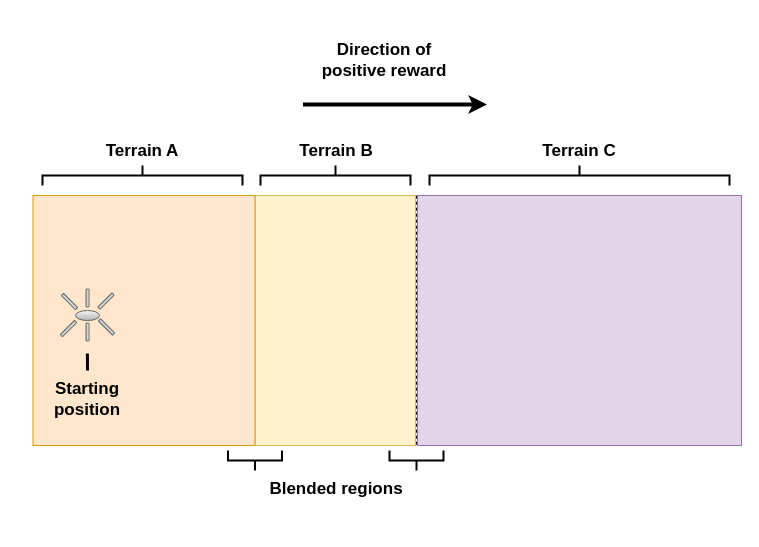
Earlier version of the draw.io diagram src/data/illustrations/terrain_joining.drawio (silverjoda/nexabots). Source tidied: cells renumbered, new cells numbered last; positions are measured from the earlier drawing's top-left corner, leaving out a move shared by most shapes. Both pictures are drawn from the tidied source at 100%, with x=0, y=0 at pixel (17, 25).
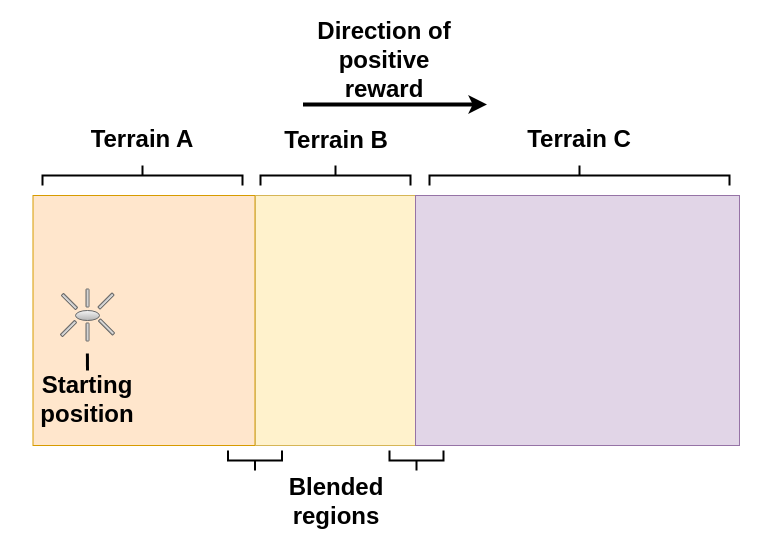
Above is the later version.

What changed in the source:
```diff
@@
     <mxCell id="8" style="rounded=0;whiteSpace=wrap;html=1;fillColor=#e1d5e7;strokeColor=#9673a6;" parent="1" vertex="1">
-      <mxGeometry x="400" y="170" width="324" height="250" as="geometry" />
+      <mxGeometry x="398" y="170" width="324" height="250" as="geometry" />
     </mxCell>
-    <mxCell id="9" value="&lt;span style=&quot;font-size: 17px&quot;&gt;&lt;b&gt;Blended regions&lt;/b&gt;&lt;/span&gt;" style="text;html=1;strokeColor=none;fillColor=none;align=center;verticalAlign=middle;whiteSpace=wrap;rounded=0;" parent="1" vertex="1">
-      <mxGeometry x="249" y="439.5" width="140" height="48" as="geometry" />
+    <mxCell id="9" value="&lt;b&gt;&lt;font style=&quot;font-size: 24px&quot;&gt;Blended regions&lt;/font&gt;&lt;/b&gt;" style="text;html=1;strokeColor=none;fillColor=none;align=center;verticalAlign=middle;whiteSpace=wrap;rounded=0;" parent="1" vertex="1">
+      <mxGeometry x="249" y="451.5" width="140" height="48" as="geometry" />
     </mxCell>
@@
-    <mxCell id="13" value="&lt;span style=&quot;font-size: 17px&quot;&gt;&lt;b&gt;Terrain A&lt;/b&gt;&lt;/span&gt;" style="text;html=1;strokeColor=none;fillColor=none;align=center;verticalAlign=middle;whiteSpace=wrap;rounded=0;" parent="1" vertex="1">
-      <mxGeometry x="55" y="102" width="140" height="48" as="geometry" />
+    <mxCell id="13" value="&lt;b&gt;&lt;font style=&quot;font-size: 24px&quot;&gt;Terrain A&lt;/font&gt;&lt;/b&gt;" style="text;html=1;strokeColor=none;fillColor=none;align=center;verticalAlign=middle;whiteSpace=wrap;rounded=0;" parent="1" vertex="1">
+      <mxGeometry x="55" y="90" width="140" height="48" as="geometry" />
     </mxCell>
-    <mxCell id="14" value="&lt;span style=&quot;font-size: 17px&quot;&gt;&lt;b&gt;Terrain B&lt;/b&gt;&lt;/span&gt;" style="text;html=1;strokeColor=none;fillColor=none;align=center;verticalAlign=middle;whiteSpace=wrap;rounded=0;" parent="1" vertex="1">
-      <mxGeometry x="249" y="102" width="140" height="48" as="geometry" />
+    <mxCell id="14" value="&lt;b&gt;&lt;font style=&quot;font-size: 24px&quot;&gt;Terrain B&lt;/font&gt;&lt;/b&gt;" style="text;html=1;strokeColor=none;fillColor=none;align=center;verticalAlign=middle;whiteSpace=wrap;rounded=0;" parent="1" vertex="1">
+      <mxGeometry x="249" y="90.5" width="140" height="48" as="geometry" />
     </mxCell>
-    <mxCell id="15" value="&lt;span style=&quot;font-size: 17px&quot;&gt;&lt;b&gt;Terrain C&lt;/b&gt;&lt;/span&gt;" style="text;html=1;strokeColor=none;fillColor=none;align=center;verticalAlign=middle;whiteSpace=wrap;rounded=0;" parent="1" vertex="1">
-      <mxGeometry x="492" y="102" width="140" height="48" as="geometry" />
+    <mxCell id="15" value="&lt;b&gt;&lt;font style=&quot;font-size: 24px&quot;&gt;Terrain C&lt;/font&gt;&lt;/b&gt;" style="text;html=1;strokeColor=none;fillColor=none;align=center;verticalAlign=middle;whiteSpace=wrap;rounded=0;" parent="1" vertex="1">
+      <mxGeometry x="492" y="90" width="140" height="48" as="geometry" />
     </mxCell>
@@
-    <mxCell id="17" value="&lt;span style=&quot;font-size: 17px&quot;&gt;&lt;b&gt;Direction of positive reward&lt;/b&gt;&lt;/span&gt;" style="text;html=1;strokeColor=none;fillColor=none;align=center;verticalAlign=middle;whiteSpace=wrap;rounded=0;" parent="1" vertex="1">
+    <mxCell id="17" value="&lt;b&gt;&lt;font style=&quot;font-size: 24px&quot;&gt;Direction of positive reward&lt;/font&gt;&lt;/b&gt;" style="text;html=1;strokeColor=none;fillColor=none;align=center;verticalAlign=middle;whiteSpace=wrap;rounded=0;" parent="1" vertex="1">
       <mxGeometry x="296.5" y="11" width="140" height="48" as="geometry" />
     </mxCell>
@@
-    <mxCell id="25" value="&lt;span style=&quot;font-size: 17px&quot;&gt;&lt;b&gt;Starting&lt;br&gt;position&lt;br&gt;&lt;/b&gt;&lt;/span&gt;" style="text;html=1;strokeColor=none;fillColor=none;align=center;verticalAlign=middle;whiteSpace=wrap;rounded=0;" parent="1" vertex="1">
+    <mxCell id="25" value="&lt;b&gt;&lt;font style=&quot;font-size: 24px&quot;&gt;Starting&lt;br&gt;position&lt;/font&gt;&lt;br&gt;&lt;/b&gt;" style="text;html=1;strokeColor=none;fillColor=none;align=center;verticalAlign=middle;whiteSpace=wrap;rounded=0;" parent="1" vertex="1">
       <mxGeometry y="350" width="140" height="48" as="geometry" />
     </mxCell>
```
